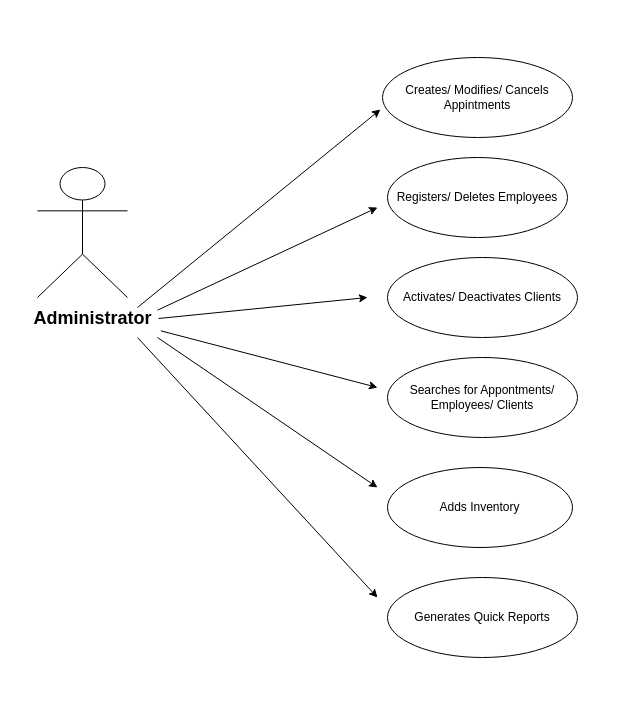
This is Diagrams/Use Cases Diagrams/Admin.drawio from kkasharaj17/SE-project, a draw.io file, before an edit. Source tidied: cells renumbered, new cells numbered last; positions are measured from the earlier drawing's top-left corner, leaving out a move shared by most shapes. Both pictures are drawn from the tidied source at 100%, with x=0, y=0 at pixel (27, 57).
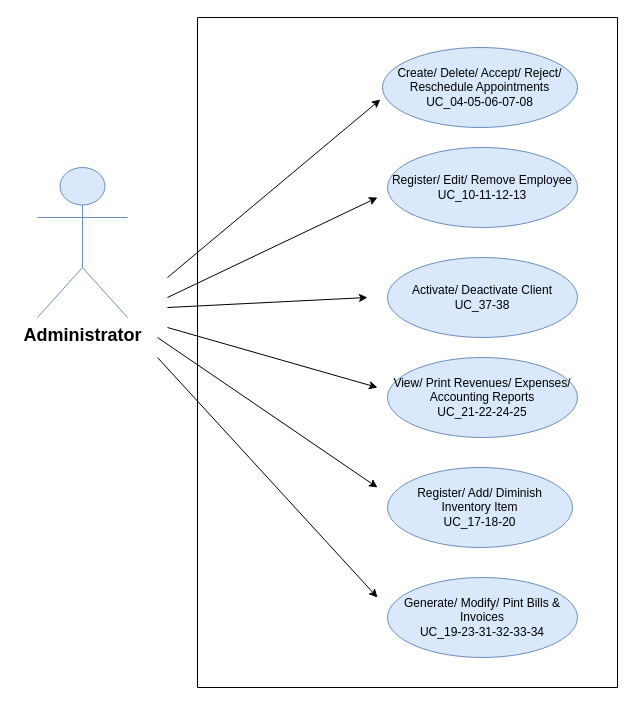
After the change.

The edit, as a diff of the source:
```diff
@@
-    <mxCell id="2" value="Creates/ Modifies/ Cancels Appintments" style="ellipse;whiteSpace=wrap;html=1;" parent="1" vertex="1">
-      <mxGeometry x="355" width="190" height="80" as="geometry" />
+    <mxCell id="2" value="Create/ Delete/ Accept/ Reject/ Reschedule Appointments&lt;br&gt;UC_04-05-06-07-08" style="ellipse;whiteSpace=wrap;html=1;fillColor=#dae8fc;strokeColor=#6c8ebf;" parent="1" vertex="1">
+      <mxGeometry x="355" y="-10" width="195" height="80" as="geometry" />
     </mxCell>
-    <mxCell id="3" value="Registers/ Deletes Employees" style="ellipse;whiteSpace=wrap;html=1;" parent="1" vertex="1">
-      <mxGeometry x="360" y="100" width="180" height="80" as="geometry" />
-    </mxCell>
     <mxCell id="4" value="&lt;b&gt;&lt;font style=&quot;font-size: 18px&quot;&gt;Administrator&lt;/font&gt;&lt;/b&gt;" style="text;html=1;align=center;verticalAlign=middle;points=[];" parent="1" vertex="1">
-      <mxGeometry y="251" width="130" height="20" as="geometry" />
+      <mxGeometry x="-10" y="260" width="130" height="35" as="geometry" />
     </mxCell>
+    <mxCell id="17" value="&amp;nbsp;" style="text;html=1;align=center;verticalAlign=middle;" parent="4" vertex="1">
+      <mxGeometry x="71" y="15" width="20" height="20" as="geometry" />
+    </mxCell>
     <mxCell id="5" style="endArrow=classic;html=1;entryX=-0.011;entryY=0.65;entryDx=0;entryDy=0;entryPerimeter=0;" parent="1" edge="1" target="2">
       <mxGeometry relative="1" as="geometry">
-        <mxPoint x="110" y="250" as="sourcePoint" />
+        <mxPoint x="140" y="220" as="sourcePoint" />
       </mxGeometry>
     </mxCell>
@@
-    <mxCell id="7" style="endArrow=classic;html=1;exitX=1;exitY=0.083;exitDx=0;exitDy=0;exitPerimeter=0;" parent="1" edge="1" source="4">
+    <mxCell id="7" style="endArrow=classic;html=1;" parent="1" edge="1">
       <mxGeometry relative="1" as="geometry">
-        <mxPoint x="350" y="150" as="targetPoint" />
+        <mxPoint x="140" y="240" as="sourcePoint" />
+        <mxPoint x="350" y="140" as="targetPoint" />
       </mxGeometry>
     </mxCell>
-    <mxCell id="8" value="Activates/ Deactivates Clients" style="ellipse;whiteSpace=wrap;html=1;" parent="1" vertex="1">
+    <mxCell id="8" value="Activate/ Deactivate Client&lt;br&gt;UC_37-38" style="ellipse;whiteSpace=wrap;html=1;fillColor=#dae8fc;strokeColor=#6c8ebf;" parent="1" vertex="1">
       <mxGeometry x="360" y="200" width="190" height="80" as="geometry" />
     </mxCell>
     <mxCell id="9" style="endArrow=classic;html=1;" parent="1" edge="1">
       <mxGeometry relative="1" as="geometry">
-        <mxPoint x="131" y="261" as="sourcePoint" />
+        <mxPoint x="140" y="250" as="sourcePoint" />
         <mxPoint x="340" y="240" as="targetPoint" />
       </mxGeometry>
     </mxCell>
-    <mxCell id="10" value="Searches for Appontments/ Employees/ Clients" style="ellipse;whiteSpace=wrap;html=1;" parent="1" vertex="1">
+    <mxCell id="10" value="View/ Print Revenues/ Expenses/ Accounting Reports&lt;br&gt;UC_21-22-24-25" style="ellipse;whiteSpace=wrap;html=1;fillColor=#dae8fc;strokeColor=#6c8ebf;" parent="1" vertex="1">
       <mxGeometry x="360" y="300" width="190" height="80" as="geometry" />
     </mxCell>
-    <mxCell id="11" style="endArrow=classic;html=1;exitX=1.026;exitY=1.117;exitDx=0;exitDy=0;exitPerimeter=0;" parent="1" edge="1" source="4">
+    <mxCell id="11" style="endArrow=classic;html=1;" parent="1" edge="1">
       <mxGeometry relative="1" as="geometry">
+        <mxPoint x="140" y="270" as="sourcePoint" />
         <mxPoint x="350" y="330" as="targetPoint" />
       </mxGeometry>
     </mxCell>
@@
-    <mxCell id="13" value="Adds Inventory" style="ellipse;whiteSpace=wrap;html=1;" parent="1" vertex="1">
+    <mxCell id="13" value="Register/ Add/ Diminish &lt;br&gt;Inventory Item&lt;br&gt;UC_17-18-20&lt;br&gt;" style="ellipse;whiteSpace=wrap;html=1;fillColor=#dae8fc;strokeColor=#6c8ebf;" parent="1" vertex="1">
       <mxGeometry x="360" y="410" width="185" height="80" as="geometry" />
     </mxCell>
-    <mxCell id="14" value="Generates Quick Reports" style="ellipse;whiteSpace=wrap;html=1;" parent="1" vertex="1">
+    <mxCell id="14" value="Generate/ Modify/ Pint Bills &amp;amp; Invoices&lt;br&gt;UC_19-23-31-32-33-34" style="ellipse;whiteSpace=wrap;html=1;fillColor=#dae8fc;strokeColor=#6c8ebf;" parent="1" vertex="1">
       <mxGeometry x="360" y="520" width="190" height="80" as="geometry" />
     </mxCell>
     <mxCell id="15" style="endArrow=classic;html=1;" parent="1" edge="1">
       <mxGeometry relative="1" as="geometry">
-        <mxPoint x="110" y="280" as="sourcePoint" />
+        <mxPoint x="130" y="300" as="sourcePoint" />
         <mxPoint x="350" y="540" as="targetPoint" />
       </mxGeometry>
     </mxCell>
-    <mxCell id="16" style="shape=umlActor;verticalLabelPosition=bottom;labelBackgroundColor=#ffffff;verticalAlign=top;html=1;" parent="1" vertex="1">
-      <mxGeometry x="10" y="110" width="90" height="130" as="geometry" />
+    <mxCell id="16" style="shape=umlActor;verticalLabelPosition=bottom;labelBackgroundColor=#ffffff;verticalAlign=top;html=1;fillColor=#dae8fc;strokeColor=#6c8ebf;" parent="1" vertex="1">
+      <mxGeometry x="10" y="110" width="90" height="150" as="geometry" />
     </mxCell>
+    <mxCell id="18" style="swimlane;startSize=0;" parent="1" vertex="1">
+      <mxGeometry x="170" y="-40" width="420" height="670" as="geometry" />
+    </mxCell>
+    <mxCell id="3" value="Register/ Edit/ Remove Employee&lt;br&gt;UC_10-11-12-13" style="ellipse;whiteSpace=wrap;html=1;fillColor=#dae8fc;strokeColor=#6c8ebf;" parent="18" vertex="1">
+      <mxGeometry x="190" y="130" width="190" height="80" as="geometry" />
+    </mxCell>
```
